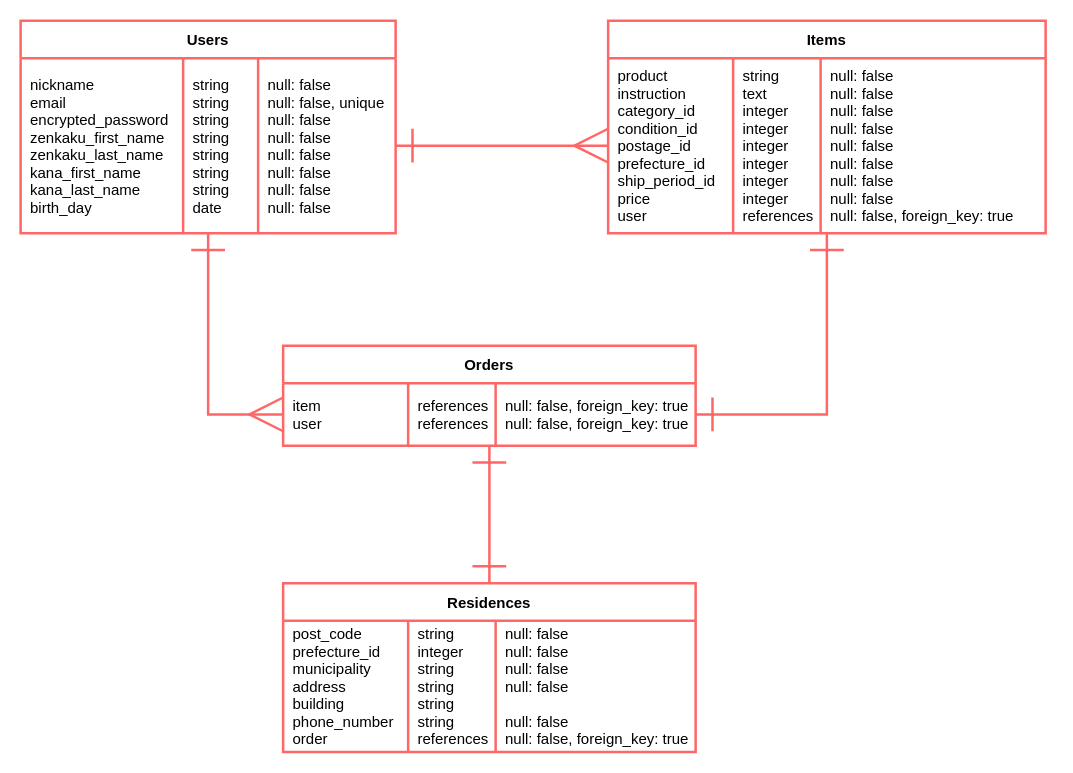
This is furima.dio from greenwalk/furima-37026, a draw.io file, before an edit. Source tidied: cells renumbered, new cells numbered last; positions are measured from the earlier drawing's top-left corner, leaving out a move shared by most shapes. Both pictures are drawn from the tidied source at 125%, with x=0, y=0 at pixel (20, 20).
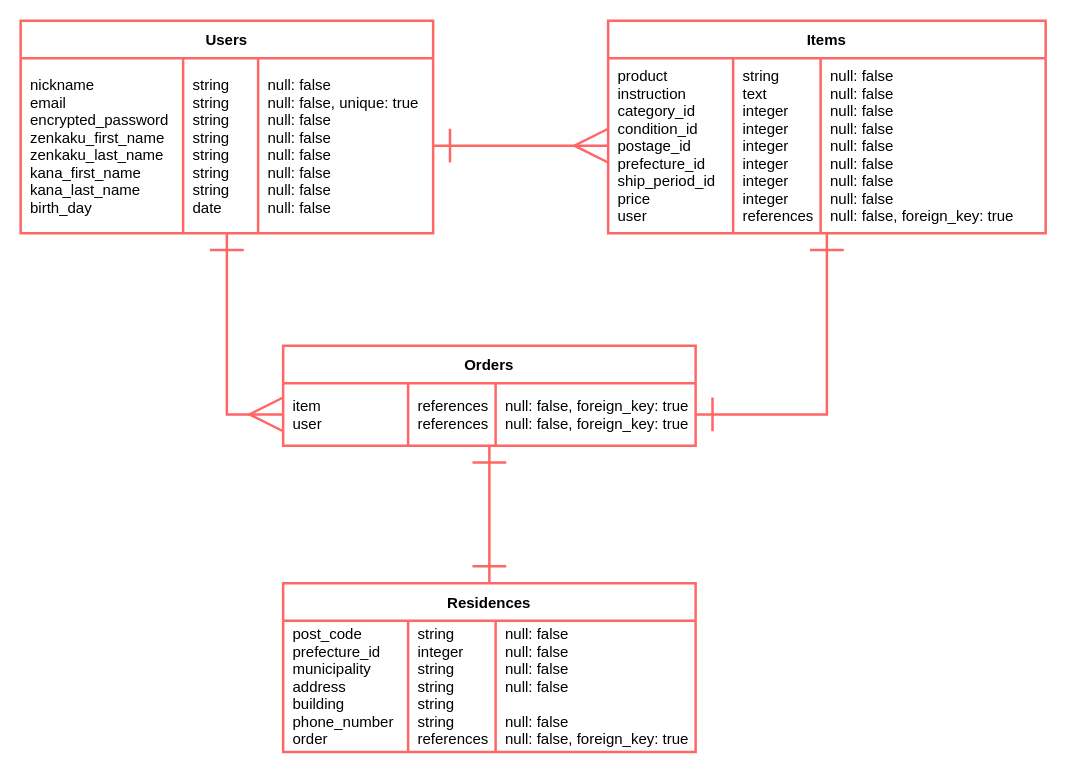
The same page after the edit.

Commit message (it also covers changes not shown here):
ER図・READMEのemailカラム修正

Unchanged cells that the change refers to:
```xml
<mxCell id="16" style="shape=partialRectangle;fillColor=none;top=0;left=0;bottom=0;right=0;points=[[0,0.5],[1,0.5]];portConstraint=eastwest;" parent="15" vertex="1">
  <mxGeometry y="30" width="330" height="50" as="geometry" />
</mxCell>
```

The edit, as a diff of the source:
```diff
@@
     <mxCell id="2" style="edgeStyle=none;html=1;entryX=0;entryY=0.5;entryDx=0;entryDy=0;fontFamily=Helvetica;fontColor=#000000;rounded=0;startArrow=ERone;startFill=0;sourcePerimeterSpacing=0;startSize=24;endArrow=ERmany;endFill=0;endSize=24;strokeWidth=2;strokeColor=#FF6666;" parent="1" edge="1" source="3" target="16">
       <mxGeometry relative="1" as="geometry">
         <Array as="points">
-          <mxPoint x="150" y="315" />
+          <mxPoint x="165" y="315" />
         </Array>
       </mxGeometry>
     </mxCell>
     <mxCell id="3" value="Users" style="shape=table;startSize=30;childLayout=tableLayout;rowLines=0;fontStyle=1;align=center;labelBorderColor=none;strokeWidth=2;strokeColor=#FF6666;" parent="1" vertex="1">
-      <mxGeometry width="300" height="170" as="geometry" />
+      <mxGeometry width="330" height="170" as="geometry" />
     </mxCell>
     <mxCell id="4" style="shape=partialRectangle;fillColor=none;top=0;left=0;bottom=0;right=0;points=[[0,0.5],[1,0.5]];portConstraint=eastwest;" parent="3" vertex="1">
-      <mxGeometry y="30" width="300" height="140" as="geometry" />
+      <mxGeometry y="30" width="330" height="140" as="geometry" />
     </mxCell>
@@
-    <mxCell id="7" value="null: false        &#10;null: false, unique&#10;null: false        &#10;null: false        &#10;null: false        &#10;null: false        &#10;null: false        &#10;null: false                " style="shape=partialRectangle;fillColor=none;top=0;left=0;bottom=0;right=0;align=left;spacingLeft=6;fontStyle=0;overflow=hidden;" parent="4" vertex="1">
-      <mxGeometry x="190" width="110" height="140" as="geometry" />
+    <mxCell id="7" value="null: false        &#10;null: false, unique: true&#10;null: false        &#10;null: false        &#10;null: false        &#10;null: false        &#10;null: false        &#10;null: false                " style="shape=partialRectangle;fillColor=none;top=0;left=0;bottom=0;right=0;align=left;spacingLeft=6;fontStyle=0;overflow=hidden;" parent="4" vertex="1">
+      <mxGeometry x="190" width="140" height="140" as="geometry" />
     </mxCell>
```
